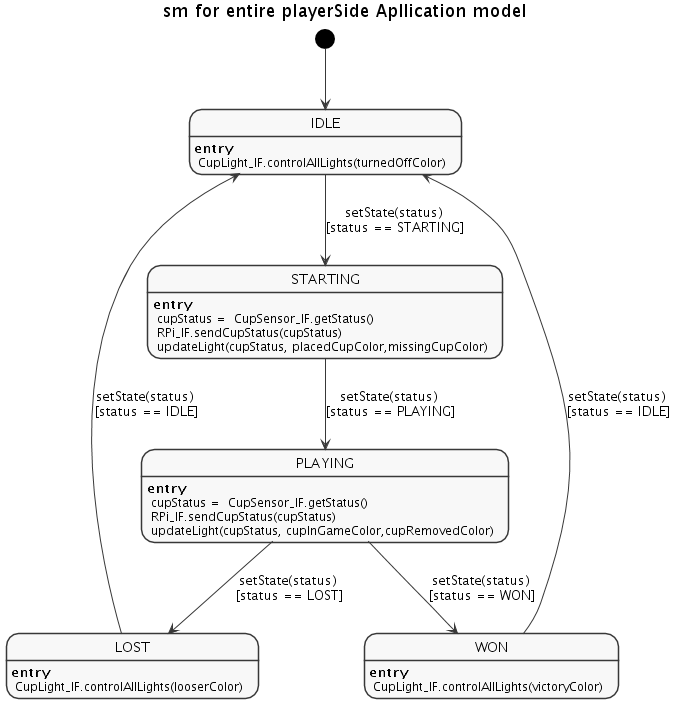
This is Arkitektur/Softwarearkitektur/Applikationsmodel/PlayerSide/graphics/state.png from TristanMoe/Projekt---Semesterprojekt, a PlantUML export, as it was before one commit. Source of this version:
```plantuml
@startuml state.png

skinparam monochrome true
skinparam Shadowing false



title sm for entire playerSide Apllication model


  IDLE : **entry **\n CupLight_IF.controlAllLights(turnedOffColor)
  STARTING : **entry **\n cupStatus =  CupSensor_IF.getStatus()\n RPi_IF.sendCupStatus(cupStatus)\n updateLight(cupStatus, placedCupColor,missingCupColor)
  PLAYING : **entry **\n cupStatus =  CupSensor_IF.getStatus()\n RPi_IF.sendCupStatus(cupStatus)\n updateLight(cupStatus, cupInGameColor,cupRemovedColor)
  LOST : **entry **\n CupLight_IF.controlAllLights(looserColor)
  WON : **entry **\n CupLight_IF.controlAllLights(victoryColor)

  [*] --> IDLE
  IDLE --> STARTING : setState(status) \n[status == STARTING]
  STARTING --> PLAYING : setState(status) \n[status == PLAYING]
  PLAYING --> WON : setState(status) \n[status == WON]
  PLAYING --> LOST : setState(status) \n[status == LOST]
  WON --> IDLE : setState(status) \n[status == IDLE]
  LOST --> IDLE : setState(status) \n[status == IDLE]


@enduml
```
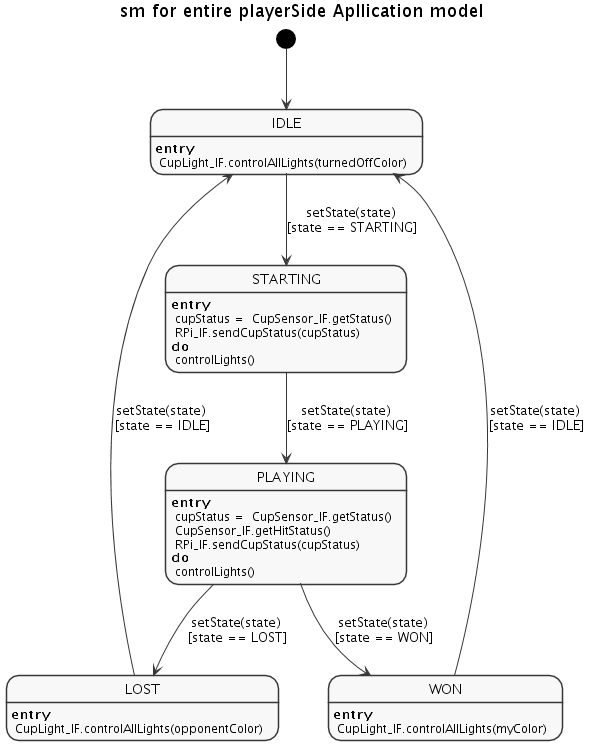
Above is the later version.

Change to the diagram source:
```diff
@@ -9,18 +9,18 @@
 
 
   IDLE : **entry **\n CupLight_IF.controlAllLights(turnedOffColor)
-  STARTING : **entry **\n cupStatus =  CupSensor_IF.getStatus()\n RPi_IF.sendCupStatus(cupStatus)\n updateLight(cupStatus, placedCupColor,missingCupColor)
-  PLAYING : **entry **\n cupStatus =  CupSensor_IF.getStatus()\n RPi_IF.sendCupStatus(cupStatus)\n updateLight(cupStatus, cupInGameColor,cupRemovedColor)
-  LOST : **entry **\n CupLight_IF.controlAllLights(looserColor)
-  WON : **entry **\n CupLight_IF.controlAllLights(victoryColor)
+  STARTING : **entry **\n cupStatus =  CupSensor_IF.getStatus()\n RPi_IF.sendCupStatus(cupStatus)\n**do** \n controlLights()
+  PLAYING : **entry **\n cupStatus =  CupSensor_IF.getStatus()\n CupSensor_IF.getHitStatus()\n RPi_IF.sendCupStatus(cupStatus)\n**do** \n controlLights()
+  LOST : **entry **\n CupLight_IF.controlAllLights(opponentColor)
+  WON : **entry **\n CupLight_IF.controlAllLights(myColor)
 
   [*] --> IDLE
-  IDLE --> STARTING : setState(status) \n[status == STARTING]
-  STARTING --> PLAYING : setState(status) \n[status == PLAYING]
-  PLAYING --> WON : setState(status) \n[status == WON]
-  PLAYING --> LOST : setState(status) \n[status == LOST]
-  WON --> IDLE : setState(status) \n[status == IDLE]
-  LOST --> IDLE : setState(status) \n[status == IDLE]
+  IDLE --> STARTING : setState(state) \n[state == STARTING]
+  STARTING --> PLAYING : setState(state) \n[state == PLAYING]
+  PLAYING --> WON : setState(state) \n[state == WON]
+  PLAYING --> LOST : setState(state) \n[state == LOST]
+  WON --> IDLE : setState(state) \n[state == IDLE]
+  LOST --> IDLE : setState(state) \n[state == IDLE]
 
 
 @enduml
```
